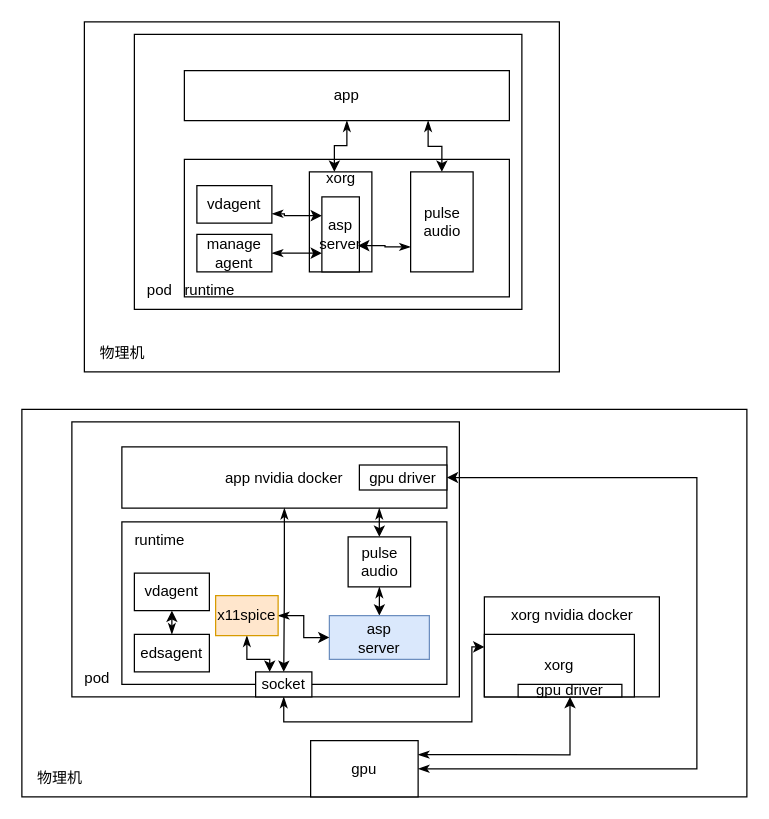
Before: page "架构图" (10 of 10) of Untitled Diagram.drawio in gaojunhao/diagrams, a draw.io diagram. Source tidied: cells renumbered, new cells numbered last; positions are measured from the earlier drawing's top-left corner, leaving out a move shared by most shapes. Both pictures are drawn from the tidied source at 125%, with x=0, y=0 at pixel (21, 21).
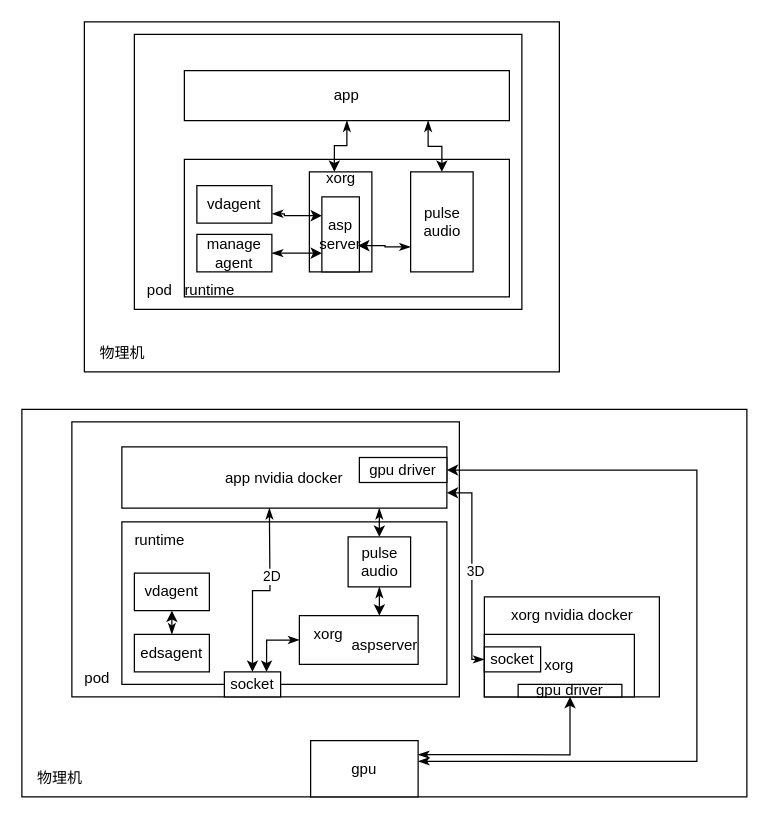
The same page after the edit.

Unchanged cells that the change refers to:
```xml
<mxCell id="27" value="app nvidia docker" style="rounded=0;whiteSpace=wrap;html=1;" parent="1" vertex="1">
  <mxGeometry x="80" y="340" width="260" height="49" as="geometry" />
</mxCell>
<mxCell id="31" style="rounded=0;whiteSpace=wrap;html=1;" parent="1" vertex="1">
  <mxGeometry x="261" y="412" width="50" height="40" as="geometry" />
</mxCell>
<mxCell id="43" value="gpu" style="rounded=0;whiteSpace=wrap;html=1;" parent="1" vertex="1">
  <mxGeometry x="231" y="575" width="86" height="45" as="geometry" />
</mxCell>
```

The edit, as a diff of the source:
```diff
@@
-    <mxCell id="30" style="edgeStyle=orthogonalEdgeStyle;rounded=0;jettySize=auto;html=1;exitX=0.5;exitY=1;exitDx=0;exitDy=0;entryX=0.5;entryY=0;entryDx=0;entryDy=0;startArrow=classicThin;startFill=1;" parent="1" edge="1" source="31" target="40">
-      <mxGeometry relative="1" as="geometry" />
+    <mxCell id="30" style="edgeStyle=orthogonalEdgeStyle;rounded=0;jettySize=auto;html=1;exitX=0.5;exitY=1;exitDx=0;exitDy=0;entryX=0.5;entryY=0;entryDx=0;entryDy=0;startArrow=classicThin;startFill=1;" parent="1" edge="1" source="31">
+      <mxGeometry relative="1" as="geometry">
+        <mxPoint x="286" y="475" as="targetPoint" />
+      </mxGeometry>
     </mxCell>
@@
-    <mxCell id="33" style="edgeStyle=orthogonalEdgeStyle;rounded=0;jettySize=auto;html=1;exitX=0.5;exitY=1;exitDx=0;exitDy=0;startArrow=classicThin;startFill=1;" parent="1" edge="1" source="34">
-      <mxGeometry relative="1" as="geometry">
-        <mxPoint x="370" y="500" as="targetPoint" />
-        <Array as="points">
-          <mxPoint x="210" y="560" />
-          <mxPoint x="360" y="560" />
-          <mxPoint x="360" y="500" />
-        </Array>
-      </mxGeometry>
-    </mxCell>
     <mxCell id="34" value="socket" style="rounded=0;whiteSpace=wrap;html=1;" parent="1" vertex="1">
-      <mxGeometry x="187" y="520" width="45" height="20" as="geometry" />
+      <mxGeometry x="162" y="520" width="45" height="20" as="geometry" />
     </mxCell>
@@
-    <mxCell id="40" value="asp&lt;br&gt;server" style="rounded=0;whiteSpace=wrap;html=1;fillColor=#dae8fc;strokeColor=#6c8ebf;" parent="1" vertex="1">
-      <mxGeometry x="246" y="475" width="80" height="35" as="geometry" />
-    </mxCell>
-    <mxCell id="41" style="edgeStyle=orthogonalEdgeStyle;rounded=0;jettySize=auto;html=1;exitX=1;exitY=0.5;exitDx=0;exitDy=0;entryX=1;entryY=0.5;entryDx=0;entryDy=0;startArrow=classicThin;startFill=1;" parent="1" edge="1" source="43" target="27">
+    <mxCell id="41" style="edgeStyle=orthogonalEdgeStyle;rounded=0;orthogonalLoop=1;jettySize=auto;html=1;exitX=1;exitY=0.5;exitDx=0;exitDy=0;entryX=1;entryY=0.5;entryDx=0;entryDy=0;startArrow=classicThin;startFill=1;" parent="1" edge="1">
       <mxGeometry relative="1" as="geometry">
+        <mxPoint x="317" y="591.5" as="sourcePoint" />
+        <mxPoint x="340" y="358.5" as="targetPoint" />
         <Array as="points">
-          <mxPoint x="540" y="598" />
-          <mxPoint x="540" y="365" />
+          <mxPoint x="540" y="592" />
+          <mxPoint x="540" y="359" />
         </Array>
       </mxGeometry>
     </mxCell>
@@
-    <mxCell id="45" style="edgeStyle=orthogonalEdgeStyle;rounded=0;jettySize=auto;html=1;exitX=0.5;exitY=1;exitDx=0;exitDy=0;entryX=0.5;entryY=0;entryDx=0;entryDy=0;startArrow=classicThin;startFill=1;" parent="1" edge="1" source="27" target="34">
-      <mxGeometry relative="1" as="geometry" />
+    <mxCell id="45" style="edgeStyle=orthogonalEdgeStyle;rounded=0;jettySize=auto;html=1;exitX=0.5;exitY=1;exitDx=0;exitDy=0;entryX=0.5;entryY=0;entryDx=0;entryDy=0;startArrow=classicThin;startFill=1;" parent="1" edge="1" target="34">
+      <mxGeometry relative="1" as="geometry">
+        <mxPoint x="198" y="389" as="sourcePoint" />
+      </mxGeometry>
     </mxCell>
+    <mxCell id="50" value="2D" style="edgeLabel;html=1;align=center;verticalAlign=middle;" parent="45" vertex="1">
+      <mxGeometry x="-0.24" y="1" relative="1" as="geometry" />
+    </mxCell>
     <mxCell id="46" value="gpu driver" style="rounded=0;whiteSpace=wrap;html=1;" parent="1" vertex="1">
-      <mxGeometry x="270" y="354.5" width="70" height="20" as="geometry" />
+      <mxGeometry x="270" y="348.5" width="70" height="20" as="geometry" />
     </mxCell>
-    <mxCell id="47" style="edgeStyle=orthogonalEdgeStyle;rounded=0;jettySize=auto;html=1;exitX=0.5;exitY=1;exitDx=0;exitDy=0;entryX=0.25;entryY=0;entryDx=0;entryDy=0;startArrow=classicThin;startFill=1;" parent="1" edge="1" source="49" target="34">
-      <mxGeometry relative="1" as="geometry">
-        <Array as="points">
-          <mxPoint x="180" y="510" />
-          <mxPoint x="198" y="510" />
-        </Array>
-      </mxGeometry>
-    </mxCell>
-    <mxCell id="48" style="edgeStyle=orthogonalEdgeStyle;rounded=0;jettySize=auto;html=1;exitX=1;exitY=0.5;exitDx=0;exitDy=0;entryX=0;entryY=0.5;entryDx=0;entryDy=0;startArrow=classicThin;startFill=1;" parent="1" edge="1" source="49" target="40">
-      <mxGeometry relative="1" as="geometry" />
-    </mxCell>
-    <mxCell id="49" value="x11spice" style="rounded=0;whiteSpace=wrap;html=1;fillColor=#ffe6cc;strokeColor=#d79b00;" parent="1" vertex="1">
-      <mxGeometry x="155" y="459" width="50" height="32" as="geometry" />
-    </mxCell>
+    <mxCell id="51" style="edgeStyle=orthogonalEdgeStyle;rounded=0;jettySize=auto;html=1;exitX=0;exitY=0.5;exitDx=0;exitDy=0;entryX=1;entryY=0.75;entryDx=0;entryDy=0;startArrow=classicThin;startFill=1;" parent="1" edge="1" source="53" target="27">
+      <mxGeometry relative="1" as="geometry">
+        <Array as="points">
+          <mxPoint x="360" y="510" />
+          <mxPoint x="360" y="377" />
+        </Array>
+      </mxGeometry>
+    </mxCell>
+    <mxCell id="52" value="3D" style="edgeLabel;html=1;align=center;verticalAlign=middle;" parent="51" vertex="1">
+      <mxGeometry x="-0.01" y="-2" relative="1" as="geometry" />
+    </mxCell>
+    <mxCell id="53" value="socket" style="rounded=0;whiteSpace=wrap;html=1;" parent="1" vertex="1">
+      <mxGeometry x="370" y="500" width="45" height="20" as="geometry" />
+    </mxCell>
+    <mxCell id="54" style="edgeStyle=orthogonalEdgeStyle;rounded=0;jettySize=auto;html=1;exitX=0;exitY=0.5;exitDx=0;exitDy=0;entryX=0.75;entryY=0;entryDx=0;entryDy=0;startArrow=classicThin;startFill=1;" parent="1" edge="1" source="55" target="34">
+      <mxGeometry relative="1" as="geometry" />
+    </mxCell>
+    <mxCell id="55" style="rounded=0;whiteSpace=wrap;html=1;" parent="1" vertex="1">
+      <mxGeometry x="222" y="475" width="95" height="39" as="geometry" />
+    </mxCell>
+    <mxCell id="56" value="xorg" style="text;html=1;align=center;verticalAlign=middle;strokeColor=none;fillColor=none;" parent="1" vertex="1">
+      <mxGeometry x="220" y="475" width="50" height="30" as="geometry" />
+    </mxCell>
+    <mxCell id="57" value="aspserver" style="text;html=1;align=center;verticalAlign=middle;strokeColor=none;fillColor=none;" parent="1" vertex="1">
+      <mxGeometry x="250" y="484" width="80" height="30" as="geometry" />
+    </mxCell>
```
